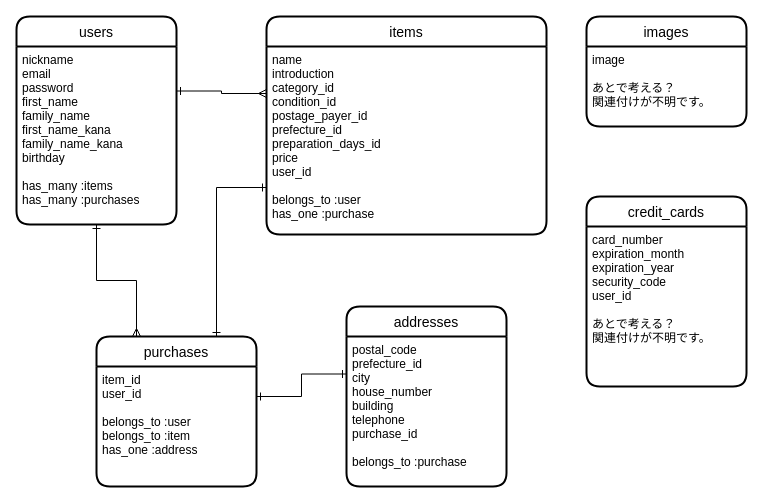
Earlier version of the draw.io diagram ER.dio (MitsuTurtle/furima-30323). Source tidied: cells renumbered, new cells numbered last; positions are measured from the earlier drawing's top-left corner, leaving out a move shared by most shapes. Both pictures are drawn from the tidied source at 100%, with x=0, y=0 at pixel (16, 16).
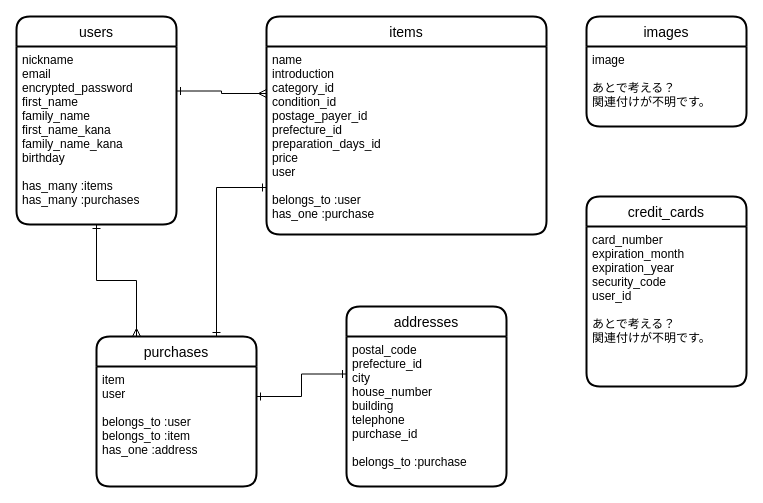
Above is the later version.

Commit message (it also covers changes not shown here):
ER図とREADMEを修正

Diff of the diagram source:
```diff
@@
 <mxGraphModel>
   <root>
     <mxCell id="0" />
     <mxCell id="1" parent="0" />
     <mxCell id="2" style="edgeStyle=orthogonalEdgeStyle;rounded=0;jettySize=auto;html=1;exitX=1;exitY=0.25;exitDx=0;exitDy=0;entryX=0;entryY=0.25;entryDx=0;entryDy=0;startArrow=ERone;startFill=0;endArrow=ERmany;endFill=0;" parent="1" edge="1" source="11" target="13">
       <mxGeometry relative="1" as="geometry" />
     </mxCell>
     <mxCell id="3" style="edgeStyle=orthogonalEdgeStyle;rounded=0;jettySize=auto;html=1;exitX=0.5;exitY=1;exitDx=0;exitDy=0;entryX=0.25;entryY=0;entryDx=0;entryDy=0;startArrow=ERone;startFill=0;endArrow=ERmany;endFill=0;" parent="1" edge="1" source="11" target="6">
       <mxGeometry relative="1" as="geometry" />
     </mxCell>
     <mxCell id="4" style="edgeStyle=orthogonalEdgeStyle;rounded=0;jettySize=auto;html=1;exitX=0;exitY=0.75;exitDx=0;exitDy=0;entryX=0.75;entryY=0;entryDx=0;entryDy=0;startArrow=ERone;startFill=0;endArrow=ERone;endFill=0;" parent="1" edge="1" source="13" target="6">
       <mxGeometry relative="1" as="geometry" />
     </mxCell>
     <mxCell id="5" style="edgeStyle=orthogonalEdgeStyle;rounded=0;jettySize=auto;html=1;exitX=0;exitY=0.25;exitDx=0;exitDy=0;entryX=1;entryY=0.25;entryDx=0;entryDy=0;startArrow=ERone;startFill=0;endArrow=ERone;endFill=0;" parent="1" edge="1" source="9" target="7">
       <mxGeometry relative="1" as="geometry" />
     </mxCell>
     <mxCell id="6" value="purchases" style="swimlane;horizontal=1;startSize=30;rounded=1;fontSize=14;fontStyle=0;strokeWidth=2;shadow=0;dashed=0;align=center;" parent="1" vertex="1">
       <mxGeometry x="80" y="320" width="160" height="150" as="geometry" />
     </mxCell>
-    <mxCell id="7" value="item_id&#10;user_id&#10;&#10;belongs_to :user&#10;belongs_to :item&#10;has_one :address" style="align=left;strokeColor=none;fillColor=none;spacingLeft=4;fontSize=12;verticalAlign=top;" parent="6" vertex="1">
+    <mxCell id="7" value="item&#10;user&#10;&#10;belongs_to :user&#10;belongs_to :item&#10;has_one :address" style="align=left;strokeColor=none;fillColor=none;spacingLeft=4;fontSize=12;verticalAlign=top;" parent="6" vertex="1">
       <mxGeometry y="30" width="160" height="120" as="geometry" />
     </mxCell>
     <mxCell id="8" value="addresses" style="swimlane;horizontal=1;startSize=30;rounded=1;fontSize=14;fontStyle=0;strokeWidth=2;shadow=0;dashed=0;align=center;" parent="1" vertex="1">
       <mxGeometry x="330" y="290" width="160" height="180" as="geometry" />
     </mxCell>
     <mxCell id="9" value="postal_code&#10;prefecture_id&#10;city&#10;house_number&#10;building&#10;telephone&#10;purchase_id&#10;&#10;belongs_to :purchase" style="align=left;strokeColor=none;fillColor=none;spacingLeft=4;fontSize=12;verticalAlign=top;" parent="8" vertex="1">
       <mxGeometry y="30" width="160" height="150" as="geometry" />
     </mxCell>
     <mxCell id="10" value="users" style="swimlane;horizontal=1;startSize=30;rounded=1;fontSize=14;fontStyle=0;strokeWidth=2;shadow=0;dashed=0;align=center;" parent="1" vertex="1">
       <mxGeometry width="160" height="208" as="geometry" />
     </mxCell>
-    <mxCell id="11" value="nickname&#10;email&#10;password&#10;first_name&#10;family_name&#10;first_name_kana&#10;family_name_kana&#10;birthday&#10;&#10;has_many :items&#10;has_many :purchases" style="align=left;strokeColor=none;fillColor=none;spacingLeft=4;fontSize=12;verticalAlign=top;" parent="10" vertex="1">
+    <mxCell id="11" value="nickname&#10;email&#10;encrypted_password&#10;first_name&#10;family_name&#10;first_name_kana&#10;family_name_kana&#10;birthday&#10;&#10;has_many :items&#10;has_many :purchases" style="align=left;strokeColor=none;fillColor=none;spacingLeft=4;fontSize=12;verticalAlign=top;" parent="10" vertex="1">
       <mxGeometry y="30" width="160" height="178" as="geometry" />
     </mxCell>
     <mxCell id="12" value="items" style="swimlane;horizontal=1;startSize=30;rounded=1;fontSize=14;fontStyle=0;strokeWidth=2;shadow=0;dashed=0;align=center;" parent="1" vertex="1">
       <mxGeometry x="250" width="280" height="218" as="geometry" />
     </mxCell>
-    <mxCell id="13" value="name&#10;introduction&#10;category_id&#10;condition_id&#10;postage_payer_id&#10;prefecture_id&#10;preparation_days_id&#10;price&#10;user_id&#10;&#10;belongs_to :user&#10;has_one :purchase" style="align=left;strokeColor=none;fillColor=none;spacingLeft=4;fontSize=12;verticalAlign=top;" parent="12" vertex="1">
+    <mxCell id="13" value="name&#10;introduction&#10;category_id&#10;condition_id&#10;postage_payer_id&#10;prefecture_id&#10;preparation_days_id&#10;price&#10;user&#10;&#10;belongs_to :user&#10;has_one :purchase" style="align=left;strokeColor=none;fillColor=none;spacingLeft=4;fontSize=12;verticalAlign=top;" parent="12" vertex="1">
       <mxGeometry y="30" width="280" height="188" as="geometry" />
     </mxCell>
     <mxCell id="14" value="credit_cards" style="swimlane;horizontal=1;startSize=30;rounded=1;fontSize=14;fontStyle=0;strokeWidth=2;shadow=0;dashed=0;align=center;" parent="1" vertex="1">
       <mxGeometry x="570" y="180" width="160" height="190" as="geometry" />
     </mxCell>
     <mxCell id="15" value="card_number&#10;expiration_month&#10;expiration_year&#10;security_code&#10;user_id&#10;&#10;あとで考える？&#10;関連付けが不明です。" style="align=left;strokeColor=none;fillColor=none;spacingLeft=4;fontSize=12;verticalAlign=top;" parent="14" vertex="1">
       <mxGeometry y="30" width="160" height="160" as="geometry" />
     </mxCell>
     <mxCell id="16" value="images" style="swimlane;horizontal=1;startSize=30;rounded=1;fontSize=14;fontStyle=0;strokeWidth=2;shadow=0;dashed=0;align=center;" parent="1" vertex="1">
       <mxGeometry x="570" width="160" height="110" as="geometry" />
     </mxCell>
     <mxCell id="17" value="image&#10;&#10;あとで考える？&#10;関連付けが不明です。" style="align=left;strokeColor=none;fillColor=none;spacingLeft=4;fontSize=12;verticalAlign=top;" parent="16" vertex="1">
       <mxGeometry y="30" width="160" height="80" as="geometry" />
     </mxCell>
   </root>
 </mxGraphModel>
```
